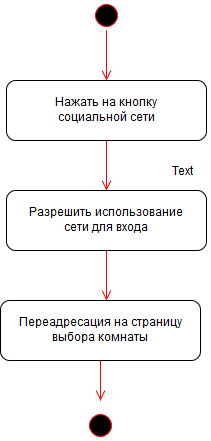
This is Diagram/Activity/Signin.png from EvgeniiAleinikov/TRiTPO, a draw.io export, as it was before one commit. Source tidied: cells renumbered, new cells last; positions are measured from the earlier drawing's top-left corner, leaving out a move shared by most shapes.
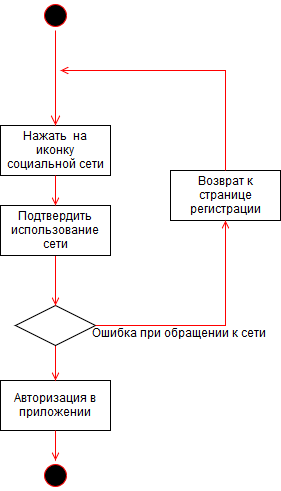
Later version of the same file.

Change to the diagram source:
```diff
@@ -2,67 +2,67 @@
   <root>
     <mxCell id="0" />
     <mxCell id="1" parent="0" />
-    <mxCell id="2" style="ellipse;shape=startState;fillColor=#000000;strokeColor=#ff0000;" parent="1" vertex="1">
-      <mxGeometry x="91" width="30" height="30" as="geometry" />
+    <mxCell id="2" value="Возврат к &#10;странице&#10;регистрации" parent="1" vertex="1">
+      <mxGeometry x="196" y="150" width="110" height="50" as="geometry" />
     </mxCell>
-    <mxCell id="3" style="edgeStyle=elbowEdgeStyle;elbow=horizontal;verticalAlign=bottom;endArrow=open;endSize=8;strokeColor=#FF0000;endFill=1;rounded=0;exitX=0.5;exitY=1;entryX=0.5;entryY=0;" parent="1" edge="1" source="2" target="4">
-      <mxGeometry x="40" y="20" as="geometry">
-        <Array as="points">
-          <mxPoint x="106" y="50" />
-          <mxPoint x="106" y="40" />
-          <mxPoint x="100" y="60" />
-        </Array>
-      </mxGeometry>
+    <mxCell id="3" style="ellipse;shape=startState;fillColor=#000000;strokeColor=#ff0000;" parent="1" vertex="1">
+      <mxGeometry x="66" y="-20" width="30" height="30" as="geometry" />
     </mxCell>
-    <mxCell id="4" value="Нажать на кнопку&lt;br&gt;социальной сети" style="rounded=1;whiteSpace=wrap;html=1;" parent="1" vertex="1">
-      <mxGeometry x="6" y="80" width="200" height="60" as="geometry" />
+    <mxCell id="4" value="Авторизация в &#10;приложении" parent="1" vertex="1">
+      <mxGeometry x="26" y="360" width="110" height="50" as="geometry" />
     </mxCell>
-    <mxCell id="5" style="edgeStyle=elbowEdgeStyle;elbow=horizontal;verticalAlign=bottom;endArrow=open;endSize=8;strokeColor=#FF0000;endFill=1;rounded=0;exitX=0.5;exitY=1;" parent="1" edge="1" source="4">
-      <mxGeometry x="50" y="30" as="geometry">
-        <mxPoint x="106" y="190" as="targetPoint" />
-        <Array as="points">
-          <mxPoint x="106" y="170" />
-          <mxPoint x="116" y="60" />
-          <mxPoint x="116" y="50" />
-          <mxPoint x="110" y="70" />
-        </Array>
+    <mxCell id="5" style="endArrow=open;strokeColor=#FF0000;endFill=1;rounded=0;exitX=0.5;exitY=1;entryX=0.5;entryY=0;" parent="1" edge="1" target="4">
+      <mxGeometry relative="1" as="geometry">
+        <mxPoint x="81" y="320" as="sourcePoint" />
       </mxGeometry>
     </mxCell>
-    <mxCell id="6" value="Разрешить использование&lt;br&gt;сети для входа" style="rounded=1;whiteSpace=wrap;html=1;" parent="1" vertex="1">
-      <mxGeometry x="6" y="190" width="200" height="60" as="geometry" />
+    <mxCell id="6" style="endArrow=open;strokeColor=#FF0000;endFill=1;rounded=0;exitX=0.5;exitY=1;entryX=0.5;entryY=0;" parent="1" edge="1">
+      <mxGeometry relative="1" as="geometry">
+        <mxPoint x="81" y="410" as="sourcePoint" />
+        <mxPoint x="81" y="440" as="targetPoint" />
+      </mxGeometry>
     </mxCell>
-    <mxCell id="7" style="edgeStyle=elbowEdgeStyle;elbow=horizontal;verticalAlign=bottom;endArrow=open;endSize=8;strokeColor=#FF0000;endFill=1;rounded=0;exitX=0.5;exitY=1;" parent="1" edge="1" source="6">
-      <mxGeometry x="60" y="40" as="geometry">
-        <mxPoint x="106" y="300" as="targetPoint" />
-        <Array as="points">
-          <mxPoint x="106" y="280" />
-          <mxPoint x="116" y="180" />
-          <mxPoint x="126" y="70" />
-          <mxPoint x="126" y="60" />
-          <mxPoint x="120" y="80" />
-        </Array>
-      </mxGeometry>
+    <mxCell id="7" style="rhombus;whiteSpace=wrap;html=1;" parent="1" vertex="1">
+      <mxGeometry x="41" y="285" width="80" height="40" as="geometry" />
     </mxCell>
-    <mxCell id="8" value="Переадресация на страницу выбора комнаты" style="rounded=1;whiteSpace=wrap;html=1;" parent="1" vertex="1">
-      <mxGeometry y="300" width="200" height="60" as="geometry" />
+    <mxCell id="8" style="ellipse;shape=startState;fillColor=#000000;strokeColor=#ff0000;" parent="1" vertex="1">
+      <mxGeometry x="66" y="440" width="30" height="30" as="geometry" />
     </mxCell>
-    <mxCell id="9" style="edgeStyle=elbowEdgeStyle;elbow=horizontal;verticalAlign=bottom;endArrow=open;endSize=8;strokeColor=#FF0000;endFill=1;rounded=0;exitX=0.5;exitY=1;" parent="1" edge="1" source="8">
-      <mxGeometry x="70" y="50" as="geometry">
-        <mxPoint x="100" y="400" as="targetPoint" />
+    <mxCell id="9" style="endArrow=open;strokeColor=#FF0000;endFill=1;rounded=0;exitX=1;exitY=0.5;entryX=0.5;entryY=1;" parent="1" edge="1" source="7" target="2">
+      <mxGeometry relative="1" as="geometry">
         <Array as="points">
-          <mxPoint x="100" y="380" />
-          <mxPoint x="126" y="190" />
-          <mxPoint x="136" y="80" />
-          <mxPoint x="136" y="70" />
-          <mxPoint x="130" y="90" />
+          <mxPoint x="216" y="305" />
+          <mxPoint x="251" y="305" />
         </Array>
       </mxGeometry>
     </mxCell>
+    <mxCell id="12" value="Нажать  на &#10;иконку &#10;социальной сети" parent="1" vertex="1">
+      <mxGeometry x="26" y="105" width="110" height="50" as="geometry" />
+    </mxCell>
+    <mxCell id="13" style="edgeStyle=elbowEdgeStyle;elbow=horizontal;verticalAlign=bottom;endArrow=open;endSize=8;strokeColor=#FF0000;endFill=1;rounded=0;exitX=0.5;exitY=1;entryX=0.5;entryY=0;" parent="1" edge="1" source="3" target="12">
+      <mxGeometry x="550" y="68" as="geometry" />
+    </mxCell>
-    <mxCell id="10" style="ellipse;shape=startState;fillColor=#000000;strokeColor=#ff0000;" parent="1" vertex="1">
-      <mxGeometry x="85" y="410" width="30" height="30" as="geometry" />
+    <mxCell id="10" style="endArrow=open;strokeColor=#FF0000;endFill=1;rounded=0;exitX=0.5;exitY=1;entryX=0.5;entryY=0;" parent="1" edge="1" source="15" target="7">
+      <mxGeometry relative="1" as="geometry" />
     </mxCell>
-    <mxCell id="11" value="Text" style="text;html=1;align=left;verticalAlign=top;spacingTop=-4;" parent="1" vertex="1">
-      <mxGeometry x="170" y="163" width="40" height="20" as="geometry" />
+    <mxCell id="11" style="endArrow=open;strokeColor=#FF0000;endFill=1;rounded=0;exitX=0.5;exitY=0;" parent="1" edge="1" source="2">
+      <mxGeometry relative="1" as="geometry">
+        <mxPoint x="86" y="50" as="targetPoint" />
+        <Array as="points">
+          <mxPoint x="251" y="50" />
+        </Array>
+      </mxGeometry>
     </mxCell>
+    <mxCell id="14" value="Ошибка при обращении к сети" style="text;html=1;align=left;verticalAlign=top;spacingTop=-4;" parent="1" vertex="1">
+      <mxGeometry x="116" y="305" width="190" height="20" as="geometry" />
+    </mxCell>
+    <mxCell id="15" value="Подтвердить &#10;использование&#10;сети" parent="1" vertex="1">
+      <mxGeometry x="26" y="185" width="110" height="50" as="geometry" />
+    </mxCell>
+    <mxCell id="16" style="endArrow=open;strokeColor=#FF0000;endFill=1;rounded=0;exitX=0.5;exitY=1;entryX=0.5;entryY=0;" parent="1" edge="1" target="15">
+      <mxGeometry relative="1" as="geometry">
+        <mxPoint x="81" y="155" as="sourcePoint" />
+      </mxGeometry>
+    </mxCell>
   </root>
 </mxGraphModel>
```
